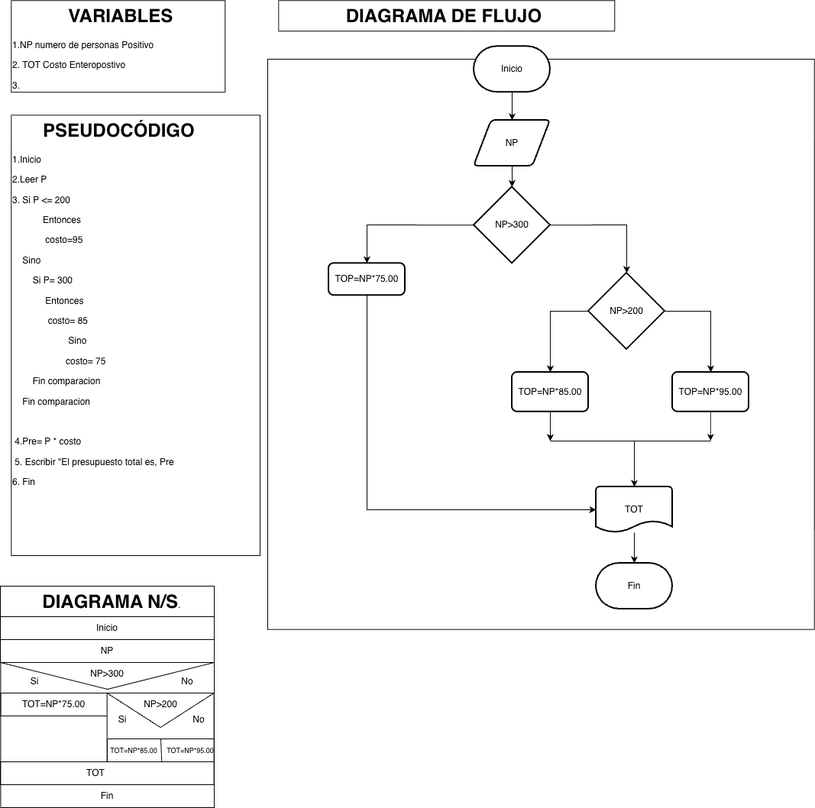
Earlier version of the draw.io export Estructuras Selectivas/Copia de ejercicio_07_JoseIgnaciodrawio.png (josecontrerasu-bit/jicu). Source tidied: cells renumbered, new cells last; positions are measured from the earlier drawing's top-left corner, leaving out a move shared by most shapes.
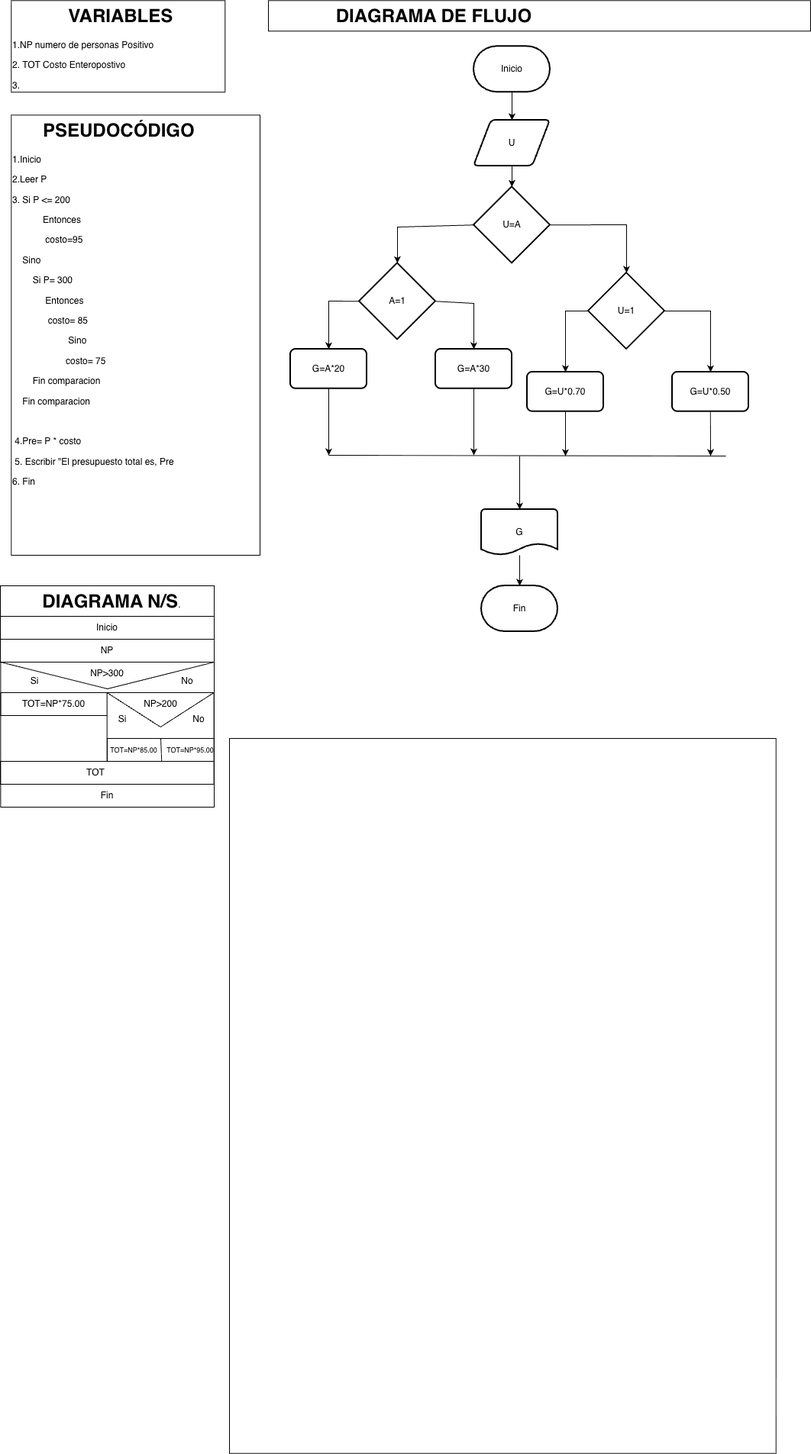
Above is the later version.

The edit, as a diff of the source:
```diff
@@ -36,10 +36,10 @@
       <mxGeometry x="105" y="867" width="70" height="30" as="geometry" />
     </mxCell>
     <mxCell id="13" value="&lt;h1 style=&quot;text-align: center; margin-top: 0px;&quot;&gt;&amp;nbsp; &amp;nbsp; &amp;nbsp; &amp;nbsp; &amp;nbsp; &amp;nbsp; &amp;nbsp;DIAGRAMA DE FLUJO&lt;/h1&gt;&lt;p&gt;&lt;br&gt;&lt;/p&gt;" style="text;html=1;whiteSpace=wrap;overflow=hidden;rounded=0;perimeterSpacing=1;strokeColor=default;" parent="1" vertex="1">
-      <mxGeometry x="364.3" y="0.3" width="440" height="40" as="geometry" />
+      <mxGeometry x="351" y="0.3" width="710" height="40" as="geometry" />
     </mxCell>
     <mxCell id="14" style="rounded=0;whiteSpace=wrap;html=1;fillColor=none;" parent="1" vertex="1">
-      <mxGeometry x="350" y="77" width="715.7" height="746.7" as="geometry" />
+      <mxGeometry x="300" y="967" width="715.7" height="936.7" as="geometry" />
     </mxCell>
     <mxCell id="15" style="edgeStyle=orthogonalEdgeStyle;rounded=0;jettySize=auto;html=1;" parent="1" edge="1" source="16" target="18">
       <mxGeometry relative="1" as="geometry" />
@@ -50,37 +50,34 @@
     <mxCell id="17" style="edgeStyle=orthogonalEdgeStyle;rounded=0;jettySize=auto;html=1;" parent="1" edge="1" source="18" target="19">
       <mxGeometry relative="1" as="geometry" />
     </mxCell>
-    <mxCell id="18" value="NP" style="shape=parallelogram;html=1;strokeWidth=2;perimeter=parallelogramPerimeter;whiteSpace=wrap;rounded=1;arcSize=12;size=0.23;" parent="1" vertex="1">
+    <mxCell id="18" value="U" style="shape=parallelogram;html=1;strokeWidth=2;perimeter=parallelogramPerimeter;whiteSpace=wrap;rounded=1;arcSize=12;size=0.23;" parent="1" vertex="1">
       <mxGeometry x="620" y="157" width="100" height="60" as="geometry" />
     </mxCell>
-    <mxCell id="19" value="NP&amp;gt;300" style="strokeWidth=2;html=1;shape=mxgraph.flowchart.decision;whiteSpace=wrap;" parent="1" vertex="1">
+    <mxCell id="19" value="U=A" style="strokeWidth=2;html=1;shape=mxgraph.flowchart.decision;whiteSpace=wrap;" parent="1" vertex="1">
       <mxGeometry x="620" y="244.3" width="100" height="100" as="geometry" />
     </mxCell>
-    <mxCell id="20" value="TOP=NP*75.00" style="rounded=1;whiteSpace=wrap;html=1;absoluteArcSize=1;arcSize=14;strokeWidth=2;" parent="1" vertex="1">
-      <mxGeometry x="430" y="344.3" width="100" height="42" as="geometry" />
-    </mxCell>
-    <mxCell id="21" value="NP&amp;gt;200" style="strokeWidth=2;html=1;shape=mxgraph.flowchart.decision;whiteSpace=wrap;" parent="1" vertex="1">
+    <mxCell id="21" value="U=1" style="strokeWidth=2;html=1;shape=mxgraph.flowchart.decision;whiteSpace=wrap;" parent="1" vertex="1">
       <mxGeometry x="770" y="357" width="100" height="100" as="geometry" />
     </mxCell>
-    <mxCell id="22" value="TOP=NP*85.00" style="rounded=1;whiteSpace=wrap;html=1;absoluteArcSize=1;arcSize=14;strokeWidth=2;" parent="1" vertex="1">
-      <mxGeometry x="670" y="487" width="100" height="51.7" as="geometry" />
+    <mxCell id="22" value="G=U*0.70" style="rounded=1;whiteSpace=wrap;html=1;absoluteArcSize=1;arcSize=14;strokeWidth=2;" parent="1" vertex="1">
+      <mxGeometry x="690" y="487" width="100" height="51.7" as="geometry" />
     </mxCell>
-    <mxCell id="23" value="TOP=NP*95.00" style="rounded=1;whiteSpace=wrap;html=1;absoluteArcSize=1;arcSize=14;strokeWidth=2;" parent="1" vertex="1">
+    <mxCell id="23" value="G=U*0.50" style="rounded=1;whiteSpace=wrap;html=1;absoluteArcSize=1;arcSize=14;strokeWidth=2;" parent="1" vertex="1">
       <mxGeometry x="880" y="487" width="100" height="51.7" as="geometry" />
     </mxCell>
     <mxCell id="24" style="edgeStyle=orthogonalEdgeStyle;rounded=0;jettySize=auto;html=1;" parent="1" edge="1" source="25" target="26">
       <mxGeometry relative="1" as="geometry" />
     </mxCell>
-    <mxCell id="25" value="TOT" style="strokeWidth=2;html=1;shape=mxgraph.flowchart.document2;whiteSpace=wrap;size=0.25;" parent="1" vertex="1">
-      <mxGeometry x="780" y="637" width="100" height="60" as="geometry" />
+    <mxCell id="25" value="G" style="strokeWidth=2;html=1;shape=mxgraph.flowchart.document2;whiteSpace=wrap;size=0.25;" parent="1" vertex="1">
+      <mxGeometry x="630" y="667" width="100" height="60" as="geometry" />
     </mxCell>
     <mxCell id="26" value="Fin" style="strokeWidth=2;html=1;shape=mxgraph.flowchart.terminator;whiteSpace=wrap;" parent="1" vertex="1">
-      <mxGeometry x="780" y="737" width="100" height="60" as="geometry" />
+      <mxGeometry x="630" y="767" width="100" height="60" as="geometry" />
     </mxCell>
-    <mxCell id="27" style="endArrow=classic;html=1;rounded=0;exitX=0;exitY=0.5;exitDx=0;exitDy=0;exitPerimeter=0;entryX=0.5;entryY=0;entryDx=0;entryDy=0;" parent="1" edge="1" source="19" target="20">
+    <mxCell id="27" style="endArrow=classic;html=1;rounded=0;exitX=0;exitY=0.5;exitDx=0;exitDy=0;exitPerimeter=0;entryX=0.5;entryY=0;entryDx=0;entryDy=0;entryPerimeter=0;" parent="1" edge="1" source="19" target="55">
       <mxGeometry relative="1" as="geometry">
         <Array as="points">
-          <mxPoint x="480" y="294" />
+          <mxPoint x="520" y="297" />
         </Array>
       </mxGeometry>
     </mxCell>
@@ -94,7 +91,7 @@
     <mxCell id="29" style="endArrow=classic;html=1;rounded=0;exitX=0;exitY=0.5;exitDx=0;exitDy=0;exitPerimeter=0;entryX=0.5;entryY=0;entryDx=0;entryDy=0;" parent="1" edge="1" source="21" target="22">
       <mxGeometry relative="1" as="geometry">
         <Array as="points">
-          <mxPoint x="720" y="407" />
+          <mxPoint x="740" y="407" />
         </Array>
       </mxGeometry>
     </mxCell>
@@ -107,30 +104,20 @@
     </mxCell>
     <mxCell id="31" style="endArrow=classic;html=1;rounded=0;exitX=0.5;exitY=1;exitDx=0;exitDy=0;" parent="1" edge="1" source="22">
       <mxGeometry relative="1" as="geometry">
-        <mxPoint x="720" y="577" as="targetPoint" />
+        <mxPoint x="740" y="597" as="targetPoint" />
       </mxGeometry>
     </mxCell>
     <mxCell id="32" style="endArrow=classic;html=1;rounded=0;exitX=0.5;exitY=1;exitDx=0;exitDy=0;" parent="1" edge="1">
       <mxGeometry relative="1" as="geometry">
         <mxPoint x="929.8" y="538.7" as="sourcePoint" />
-        <mxPoint x="929.8" y="576.7" as="targetPoint" />
+        <mxPoint x="930" y="597" as="targetPoint" />
       </mxGeometry>
     </mxCell>
-    <mxCell id="33" style="endArrow=none;html=1;rounded=0;" parent="1" edge="1">
-      <mxGeometry relative="1" as="geometry">
-        <mxPoint x="720" y="577" as="sourcePoint" />
-        <mxPoint x="930" y="577" as="targetPoint" />
-      </mxGeometry>
-    </mxCell>
-    <mxCell id="34" style="endArrow=classic;html=1;rounded=0;entryX=0.5;entryY=0;entryDx=0;entryDy=0;entryPerimeter=0;" parent="1" edge="1" target="25">
-      <mxGeometry relative="1" as="geometry">
-        <mxPoint x="830" y="577" as="sourcePoint" />
-      </mxGeometry>
-    </mxCell>
-    <mxCell id="35" style="endArrow=classic;html=1;rounded=0;exitX=0.5;exitY=1;exitDx=0;exitDy=0;entryX=0;entryY=0.5;entryDx=0;entryDy=0;entryPerimeter=0;" parent="1" edge="1" source="20" target="25">
+    <mxCell id="35" style="endArrow=classic;html=1;rounded=0;entryX=0.5;entryY=0;entryDx=0;entryDy=0;entryPerimeter=0;" parent="1" edge="1" target="25">
       <mxGeometry relative="1" as="geometry">
+        <mxPoint x="680" y="597" as="sourcePoint" />
         <Array as="points">
-          <mxPoint x="480" y="667" />
+          <mxPoint x="680" y="627" />
         </Array>
       </mxGeometry>
     </mxCell>
@@ -173,5 +160,44 @@
     <mxCell id="48" value="Fin" style="rounded=0;whiteSpace=wrap;html=1;fillColor=none;" parent="1" vertex="1">
       <mxGeometry x="0.3" y="1027" width="279.6" height="30" as="geometry" />
     </mxCell>
+    <mxCell id="49" value="G=A*20" style="rounded=1;whiteSpace=wrap;html=1;absoluteArcSize=1;arcSize=14;strokeWidth=2;" parent="1" vertex="1">
+      <mxGeometry x="380" y="457" width="100" height="51.7" as="geometry" />
+    </mxCell>
+    <mxCell id="50" style="endArrow=classic;html=1;rounded=0;exitX=0;exitY=0.5;exitDx=0;exitDy=0;exitPerimeter=0;entryX=0.5;entryY=0;entryDx=0;entryDy=0;" parent="1" edge="1" source="55" target="49">
+      <mxGeometry relative="1" as="geometry">
+        <Array as="points">
+          <mxPoint x="430" y="394" />
+        </Array>
+      </mxGeometry>
+    </mxCell>
+    <mxCell id="51" style="endArrow=classic;html=1;rounded=0;entryX=0.5;entryY=0;entryDx=0;entryDy=0;exitX=1;exitY=0.5;exitDx=0;exitDy=0;exitPerimeter=0;" parent="1" edge="1" source="55" target="56">
+      <mxGeometry relative="1" as="geometry">
+        <Array as="points">
+          <mxPoint x="620" y="397" />
+        </Array>
+      </mxGeometry>
+    </mxCell>
+    <mxCell id="52" style="endArrow=classic;html=1;rounded=0;exitX=0.5;exitY=1;exitDx=0;exitDy=0;" parent="1" edge="1" source="49">
+      <mxGeometry relative="1" as="geometry">
+        <mxPoint x="430" y="596" as="targetPoint" />
+      </mxGeometry>
+    </mxCell>
+    <mxCell id="53" style="endArrow=classic;html=1;rounded=0;exitX=0.5;exitY=1;exitDx=0;exitDy=0;" parent="1" edge="1" source="56">
+      <mxGeometry relative="1" as="geometry">
+        <mxPoint x="620" y="596" as="targetPoint" />
+      </mxGeometry>
+    </mxCell>
+    <mxCell id="54" style="endArrow=none;html=1;rounded=0;" parent="1" edge="1">
+      <mxGeometry relative="1" as="geometry">
+        <mxPoint x="430" y="596" as="sourcePoint" />
+        <mxPoint x="950" y="597" as="targetPoint" />
+      </mxGeometry>
+    </mxCell>
+    <mxCell id="55" value="A=1" style="strokeWidth=2;html=1;shape=mxgraph.flowchart.decision;whiteSpace=wrap;" parent="1" vertex="1">
+      <mxGeometry x="470" y="344.3" width="100" height="100" as="geometry" />
+    </mxCell>
+    <mxCell id="56" value="G=A*30" style="rounded=1;whiteSpace=wrap;html=1;absoluteArcSize=1;arcSize=14;strokeWidth=2;" parent="1" vertex="1">
+      <mxGeometry x="570" y="457" width="100" height="51.7" as="geometry" />
+    </mxCell>
   </root>
 </mxGraphModel>
```
